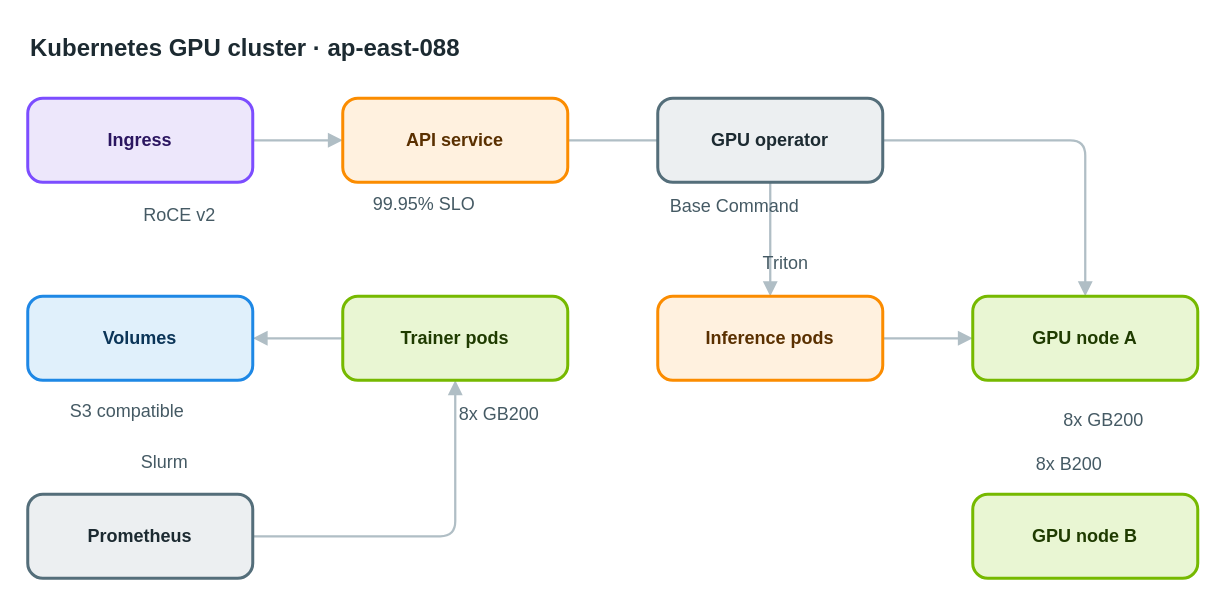
Earlier version of the draw.io diagram apps/web/public/samples/library/088-kubernetes-gpu-cluster.drawio (AryanG01/open-apprentice). Source tidied: cells renumbered, new cells numbered last; positions are measured from the earlier drawing's top-left corner, leaving out a move shared by most shapes. Both pictures are drawn from the tidied source at 150%, with x=0, y=0 at pixel (27, 26).
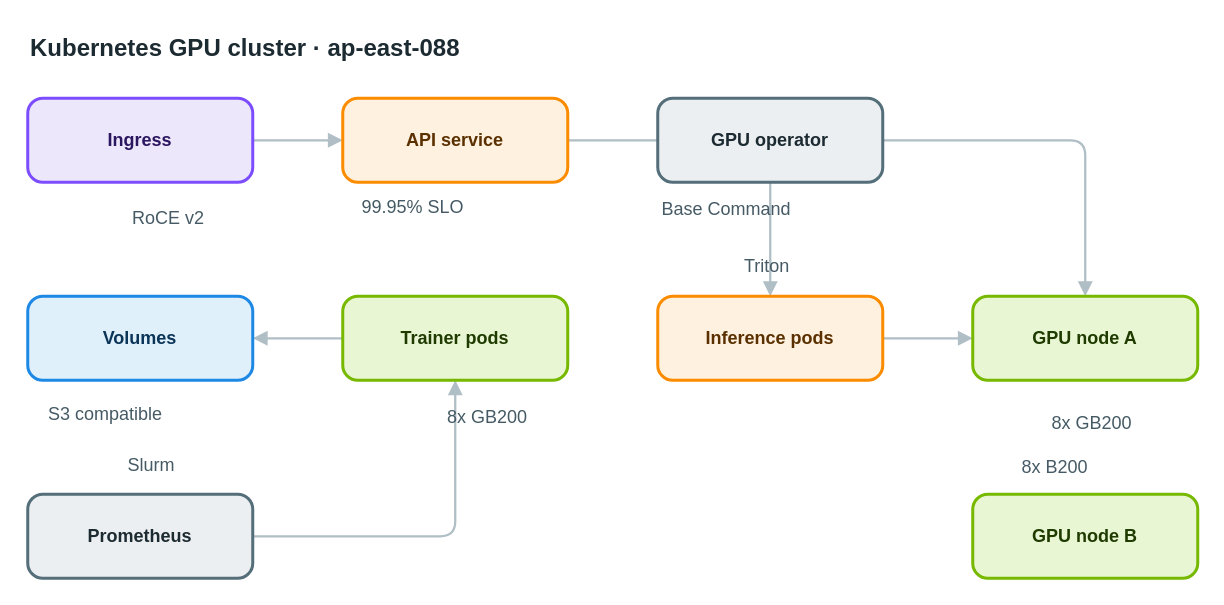
After the change.

What changed in the source:
```diff
@@
-    <mxCell id="18" value="RoCE v2" style="text;html=1;align=center;verticalAlign=middle;whiteSpace=nowrap;strokeColor=none;fillColor=none;fontSize=12;fontColor=#455a64;" parent="1" vertex="1">
+    <mxCell id="18" value="RoCE v2" style="text;html=1;align=left;verticalAlign=top;whiteSpace=nowrap;spacing=0;spacingTop=0;strokeColor=none;fillColor=none;fontSize=12;fontColor=#455a64;" parent="1" vertex="1">
       <mxGeometry x="70" y="116" width="61" height="20" as="geometry" />
     </mxCell>
-    <mxCell id="19" value="99.95% SLO" style="text;html=1;align=center;verticalAlign=middle;whiteSpace=nowrap;strokeColor=none;fillColor=none;fontSize=12;fontColor=#455a64;" parent="1" vertex="1">
+    <mxCell id="19" value="99.95% SLO" style="text;html=1;align=left;verticalAlign=top;whiteSpace=nowrap;spacing=0;spacingTop=0;strokeColor=none;fillColor=none;fontSize=12;fontColor=#455a64;" parent="1" vertex="1">
       <mxGeometry x="223" y="109" width="82" height="20" as="geometry" />
     </mxCell>
-    <mxCell id="20" value="Base Command" style="text;html=1;align=center;verticalAlign=middle;whiteSpace=nowrap;strokeColor=none;fillColor=none;fontSize=12;fontColor=#455a64;" parent="1" vertex="1">
+    <mxCell id="20" value="Base Command" style="text;html=1;align=left;verticalAlign=top;whiteSpace=nowrap;spacing=0;spacingTop=0;strokeColor=none;fillColor=none;fontSize=12;fontColor=#455a64;" parent="1" vertex="1">
       <mxGeometry x="423" y="110" width="96" height="20" as="geometry" />
     </mxCell>
-    <mxCell id="21" value="8x GB200" style="text;html=1;align=center;verticalAlign=middle;whiteSpace=nowrap;strokeColor=none;fillColor=none;fontSize=12;fontColor=#455a64;" parent="1" vertex="1">
+    <mxCell id="21" value="8x GB200" style="text;html=1;align=left;verticalAlign=top;whiteSpace=nowrap;spacing=0;spacingTop=0;strokeColor=none;fillColor=none;fontSize=12;fontColor=#455a64;" parent="1" vertex="1">
       <mxGeometry x="280" y="249" width="68" height="20" as="geometry" />
     </mxCell>
-    <mxCell id="22" value="Triton" style="text;html=1;align=center;verticalAlign=middle;whiteSpace=nowrap;strokeColor=none;fillColor=none;fontSize=12;fontColor=#455a64;" parent="1" vertex="1">
+    <mxCell id="22" value="Triton" style="text;html=1;align=left;verticalAlign=top;whiteSpace=nowrap;spacing=0;spacingTop=0;strokeColor=none;fillColor=none;fontSize=12;fontColor=#455a64;" parent="1" vertex="1">
       <mxGeometry x="478" y="148" width="54" height="20" as="geometry" />
     </mxCell>
-    <mxCell id="23" value="8x GB200" style="text;html=1;align=center;verticalAlign=middle;whiteSpace=nowrap;strokeColor=none;fillColor=none;fontSize=12;fontColor=#455a64;" parent="1" vertex="1">
+    <mxCell id="23" value="8x GB200" style="text;html=1;align=left;verticalAlign=top;whiteSpace=nowrap;spacing=0;spacingTop=0;strokeColor=none;fillColor=none;fontSize=12;fontColor=#455a64;" parent="1" vertex="1">
       <mxGeometry x="683" y="253" width="68" height="20" as="geometry" />
     </mxCell>
-    <mxCell id="24" value="8x B200" style="text;html=1;align=center;verticalAlign=middle;whiteSpace=nowrap;strokeColor=none;fillColor=none;fontSize=12;fontColor=#455a64;" parent="1" vertex="1">
+    <mxCell id="24" value="8x B200" style="text;html=1;align=left;verticalAlign=top;whiteSpace=nowrap;spacing=0;spacingTop=0;strokeColor=none;fillColor=none;fontSize=12;fontColor=#455a64;" parent="1" vertex="1">
       <mxGeometry x="663" y="282" width="61" height="20" as="geometry" />
     </mxCell>
-    <mxCell id="25" value="S3 compatible" style="text;html=1;align=center;verticalAlign=middle;whiteSpace=nowrap;strokeColor=none;fillColor=none;fontSize=12;fontColor=#455a64;" parent="1" vertex="1">
+    <mxCell id="25" value="S3 compatible" style="text;html=1;align=left;verticalAlign=top;whiteSpace=nowrap;spacing=0;spacingTop=0;strokeColor=none;fillColor=none;fontSize=12;fontColor=#455a64;" parent="1" vertex="1">
       <mxGeometry x="14" y="247" width="103" height="20" as="geometry" />
     </mxCell>
-    <mxCell id="26" value="Slurm" style="text;html=1;align=center;verticalAlign=middle;whiteSpace=nowrap;strokeColor=none;fillColor=none;fontSize=12;fontColor=#455a64;" parent="1" vertex="1">
+    <mxCell id="26" value="Slurm" style="text;html=1;align=left;verticalAlign=top;whiteSpace=nowrap;spacing=0;spacingTop=0;strokeColor=none;fillColor=none;fontSize=12;fontColor=#455a64;" parent="1" vertex="1">
       <mxGeometry x="67" y="281" width="47" height="20" as="geometry" />
     </mxCell>
```
